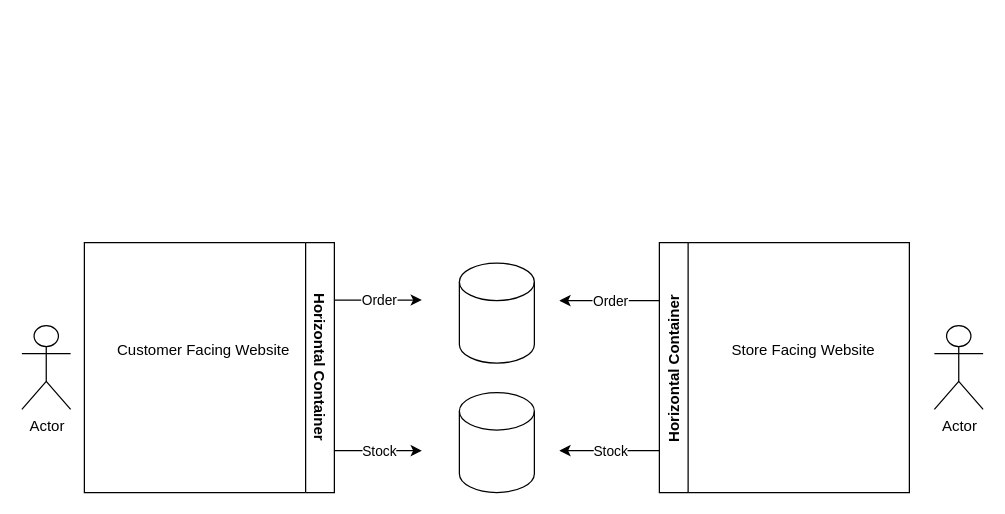
Earlier version of the draw.io diagram Untitled Diagram.drawio (jvrahim23/Security_Architecture). Source tidied: cells renumbered, new cells numbered last; positions are measured from the earlier drawing's top-left corner, leaving out a move shared by most shapes. Both pictures are drawn from the tidied source at 125%, with x=0, y=0 at pixel (21, 242).
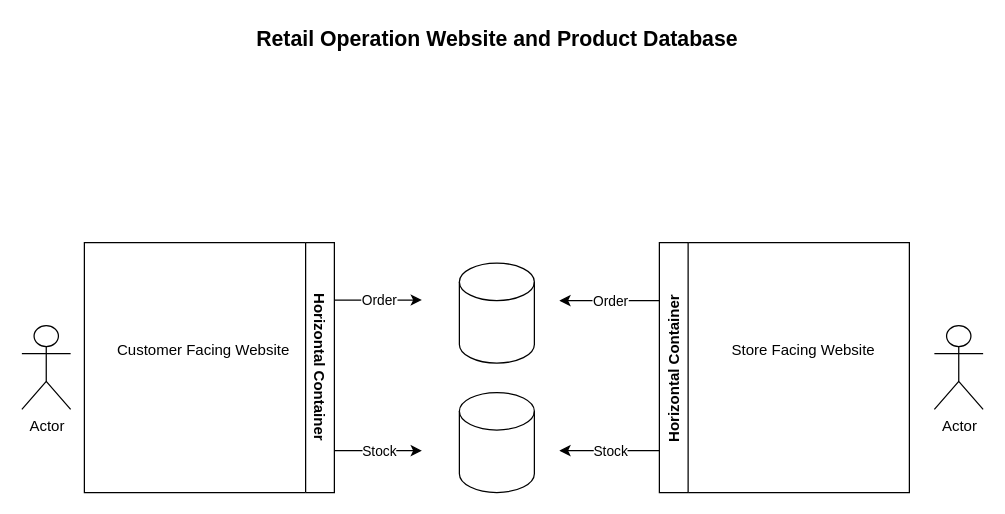
The same diagram, later.

Change to the diagram source:
```diff
@@
+    <mxCell id="18" value="Retail Operation Website and Product Database" style="text;html=1;align=center;verticalAlign=middle;strokeColor=none;fillColor=none;fontSize=17;fontStyle=1;" parent="1" vertex="1">
+      <mxGeometry x="180" y="-177" width="400" height="30" as="geometry" />
+    </mxCell>
```
